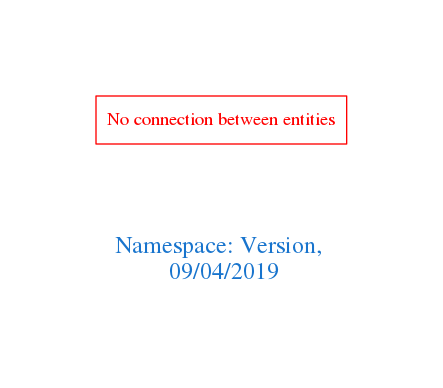
Earlier version of the Graphviz export downloads/Version.png (arago/OGIT). Its source is kept beside it as downloads/Version.dot.
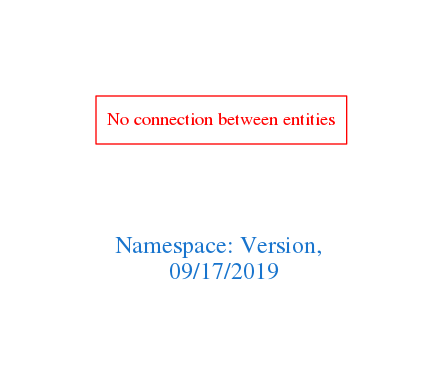
The same file after the commit.

The edit, as a diff of the source:
```diff
@@ -1,7 +1,7 @@
 digraph OGIT_ontology {
  graph [ rankdir= LR,pad=1
 fontsize = 18,
-fontcolor= dodgerblue3,label = "\n\n\nNamespace: Version, \n 09/04/2019"];
+fontcolor= dodgerblue3,label = "\n\n\nNamespace: Version, \n 09/17/2019"];
 node[shape=polygon];
 edge [  color="gray81"];
 
```
